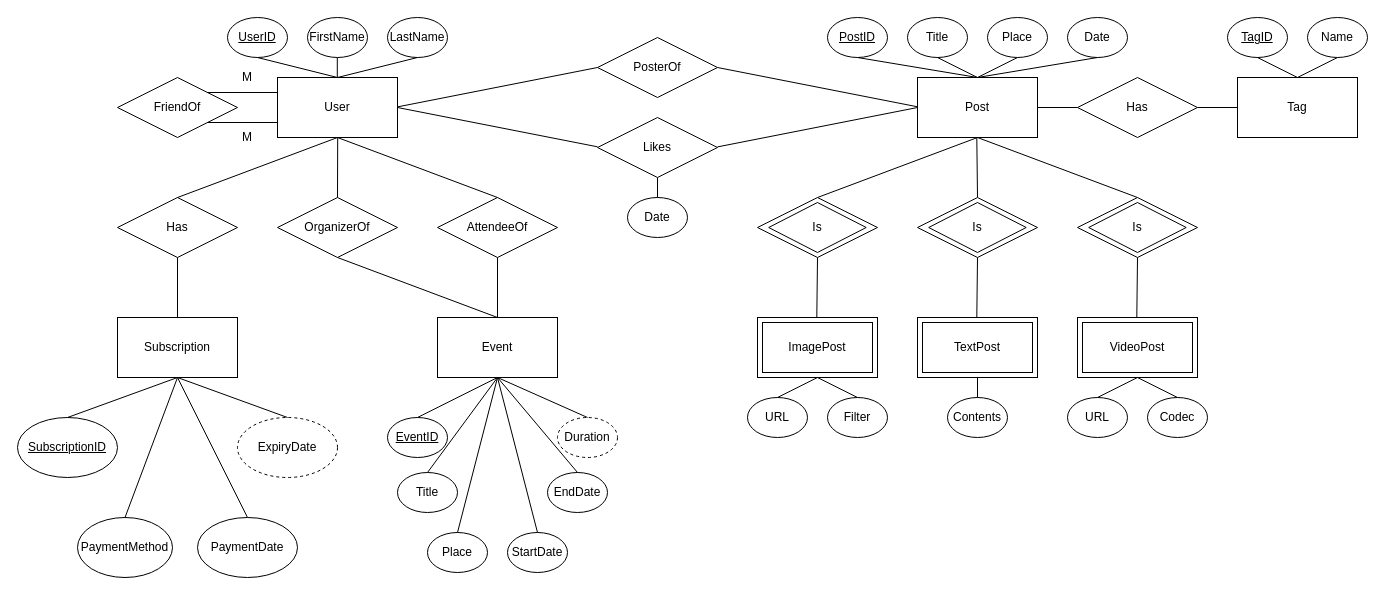
This is hw1.drawio from Sm0n1/dbas, a draw.io file, before an edit. Source tidied: cells renumbered, new cells numbered last; positions are measured from the earlier drawing's top-left corner, leaving out a move shared by most shapes. Both pictures are drawn from the tidied source at 100%, with x=0, y=0 at pixel (17, 17).
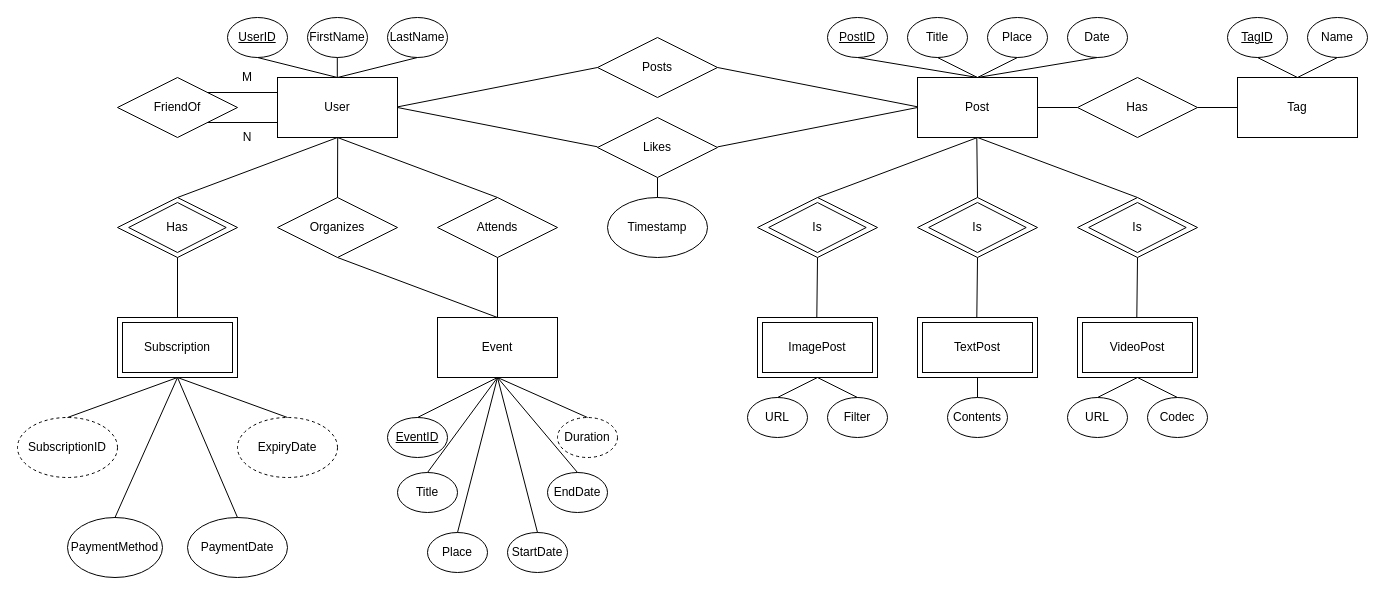
The same diagram, later.

Change to the diagram source:
```diff
@@
-    <mxCell id="2" value="Subscription" style="rounded=0;whiteSpace=wrap;html=1;" parent="1" vertex="1">
+    <mxCell id="2" style="rounded=0;whiteSpace=wrap;html=1;" parent="1" vertex="1">
       <mxGeometry x="100" y="300" width="120" height="60" as="geometry" />
     </mxCell>
@@
-    <mxCell id="41" style="ellipse;whiteSpace=wrap;html=1;rounded=0;" parent="1" vertex="1">
-      <mxGeometry x="610" y="180" width="60" height="40" as="geometry" />
+    <mxCell id="41" value="Timestamp" style="ellipse;whiteSpace=wrap;html=1;rounded=0;" parent="1" vertex="1">
+      <mxGeometry x="590" y="180" width="100" height="60" as="geometry" />
     </mxCell>
-    <mxCell id="42" value="Date" style="text;html=1;align=center;verticalAlign=middle;whiteSpace=wrap;rounded=0;strokeColor=none;fontStyle=0;" parent="1" vertex="1">
-      <mxGeometry x="610" y="185" width="60" height="30" as="geometry" />
-    </mxCell>
@@
-    <mxCell id="53" style="rhombus;whiteSpace=wrap;html=1;rounded=0;" parent="1" vertex="1">
+    <mxCell id="53" value="Posts" style="rhombus;whiteSpace=wrap;html=1;rounded=0;" parent="1" vertex="1">
       <mxGeometry x="580" y="20" width="120" height="60" as="geometry" />
     </mxCell>
@@
-    <mxCell id="63" value="M" style="text;html=1;align=center;verticalAlign=middle;whiteSpace=wrap;rounded=0;" parent="1" vertex="1">
+    <mxCell id="63" value="N" style="text;html=1;align=center;verticalAlign=middle;whiteSpace=wrap;rounded=0;" parent="1" vertex="1">
       <mxGeometry x="200" y="105" width="60" height="30" as="geometry" />
     </mxCell>
@@
-    <mxCell id="78" style="rhombus;whiteSpace=wrap;html=1;rounded=0;" parent="1" vertex="1">
+    <mxCell id="78" value="Likes" style="rhombus;whiteSpace=wrap;html=1;rounded=0;" parent="1" vertex="1">
       <mxGeometry x="580" y="100" width="120" height="60" as="geometry" />
     </mxCell>
-    <mxCell id="79" style="rhombus;whiteSpace=wrap;html=1;rounded=0;" parent="1" vertex="1">
+    <mxCell id="79" value="&lt;div&gt;Attends&lt;/div&gt;" style="rhombus;whiteSpace=wrap;html=1;rounded=0;" parent="1" vertex="1">
       <mxGeometry x="420" y="180" width="120" height="60" as="geometry" />
     </mxCell>
-    <mxCell id="80" value="AttendeeOf" style="text;html=1;align=center;verticalAlign=middle;whiteSpace=wrap;rounded=0;" parent="1" vertex="1">
-      <mxGeometry x="450" y="195" width="60" height="30" as="geometry" />
-    </mxCell>
@@
-    <mxCell id="83" style="rhombus;whiteSpace=wrap;html=1;rounded=0;" parent="1" vertex="1">
+    <mxCell id="83" value="Organizes" style="rhombus;whiteSpace=wrap;html=1;rounded=0;" parent="1" vertex="1">
       <mxGeometry x="260" y="180" width="120" height="60" as="geometry" />
     </mxCell>
@@
-    <mxCell id="86" value="&lt;div&gt;OrganizerOf&lt;/div&gt;" style="text;html=1;align=center;verticalAlign=middle;whiteSpace=wrap;rounded=0;" parent="1" vertex="1">
-      <mxGeometry x="290" y="195" width="60" height="30" as="geometry" />
-    </mxCell>
-    <mxCell id="87" value="&lt;div&gt;PosterOf&lt;/div&gt;" style="text;html=1;align=center;verticalAlign=middle;whiteSpace=wrap;rounded=0;" parent="1" vertex="1">
-      <mxGeometry x="610" y="35" width="60" height="30" as="geometry" />
-    </mxCell>
@@
-    <mxCell id="92" value="&lt;div&gt;Likes&lt;/div&gt;" style="text;html=1;align=center;verticalAlign=middle;whiteSpace=wrap;rounded=0;" parent="1" vertex="1">
-      <mxGeometry x="610" y="115" width="60" height="30" as="geometry" />
-    </mxCell>
@@
-    <mxCell id="95" value="SubscriptionID" style="ellipse;whiteSpace=wrap;html=1;rounded=0;fontStyle=4;" parent="1" vertex="1">
+    <mxCell id="95" value="SubscriptionID" style="ellipse;whiteSpace=wrap;html=1;rounded=0;fontStyle=0;dashed=1;" parent="1" vertex="1">
       <mxGeometry y="400" width="100" height="60" as="geometry" />
     </mxCell>
     <mxCell id="96" value="PaymentMethod" style="ellipse;whiteSpace=wrap;html=1;rounded=0;" parent="1" vertex="1">
-      <mxGeometry x="60" y="500" width="95" height="60" as="geometry" />
+      <mxGeometry x="50" y="500" width="95" height="60" as="geometry" />
     </mxCell>
     <mxCell id="97" value="PaymentDate" style="ellipse;whiteSpace=wrap;html=1;rounded=0;" parent="1" vertex="1">
-      <mxGeometry x="180" y="500" width="100" height="60" as="geometry" />
+      <mxGeometry x="170" y="500" width="100" height="60" as="geometry" />
     </mxCell>
@@
-    <mxCell id="105" value="Has" style="rhombus;whiteSpace=wrap;html=1;rounded=0;" parent="1" vertex="1">
+    <mxCell id="105" style="rhombus;whiteSpace=wrap;html=1;rounded=0;" parent="1" vertex="1">
       <mxGeometry x="100" y="180" width="120" height="60" as="geometry" />
     </mxCell>
@@
+    <mxCell id="118" value="Has" style="rhombus;whiteSpace=wrap;html=1;" parent="1" vertex="1">
+      <mxGeometry x="111.2" y="185" width="97.5" height="50" as="geometry" />
+    </mxCell>
+    <mxCell id="119" value="Subscription" style="rounded=0;whiteSpace=wrap;html=1;" parent="1" vertex="1">
+      <mxGeometry x="105" y="305" width="110" height="50" as="geometry" />
+    </mxCell>
```
